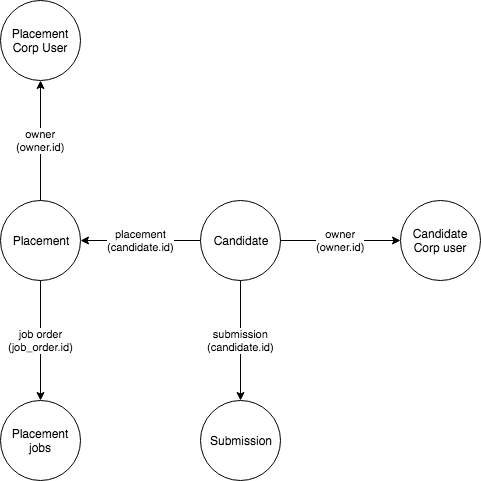
Above: bullhorn_neptune_data_mapping.png in devbatwada/draw.io (draw.io), before the change. Source tidied: cells renumbered, new cells last; positions are measured from the earlier drawing's top-left corner, leaving out a move shared by most shapes.
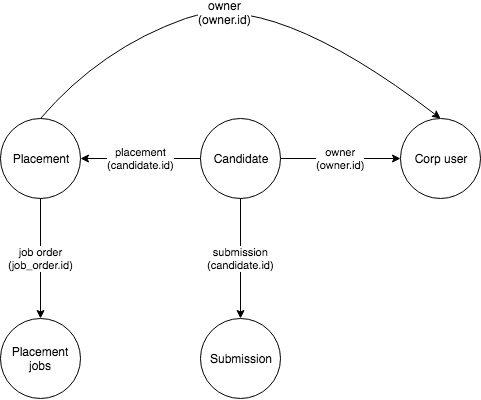
After the commit.

Commit message:
Update corp user maping

Diff of the diagram source:
```diff
@@ -14,12 +14,9 @@
     <mxCell id="5" value="Placement jobs" style="ellipse;whiteSpace=wrap;html=1;" parent="1" vertex="1">
       <mxGeometry y="400" width="80" height="80" as="geometry" />
     </mxCell>
-    <mxCell id="6" value="Candidate Corp user&lt;br&gt;" style="ellipse;whiteSpace=wrap;html=1;" parent="1" vertex="1">
+    <mxCell id="6" value="Corp user&lt;br&gt;" style="ellipse;whiteSpace=wrap;html=1;" parent="1" vertex="1">
       <mxGeometry x="400" y="200" width="80" height="80" as="geometry" />
     </mxCell>
-    <mxCell id="7" value="Placement Corp User" style="ellipse;whiteSpace=wrap;html=1;" parent="1" vertex="1">
-      <mxGeometry width="80" height="80" as="geometry" />
-    </mxCell>
     <mxCell id="8" value="submission&lt;br&gt;(candidate.id)&lt;br&gt;" style="endArrow=classic;html=1;exitX=0.5;exitY=1;entryX=0.5;entryY=0;" parent="1" edge="1" source="2" target="4">
       <mxGeometry relative="1" as="geometry" />
     </mxCell>
@@ -32,8 +29,16 @@
     <mxCell id="11" value="job order&lt;br&gt;(job_order.id)&lt;br&gt;" style="endArrow=classic;html=1;exitX=0.5;exitY=1;" parent="1" edge="1" source="3" target="5">
       <mxGeometry relative="1" as="geometry" />
     </mxCell>
+    <mxCell id="13" style="curved=1;endArrow=classic;html=1;exitX=0.5;exitY=0;entryX=0.5;entryY=0;" parent="1" edge="1" source="3" target="6">
+      <mxGeometry relative="1" as="geometry">
+        <Array as="points">
+          <mxPoint x="100" y="130" />
+          <mxPoint x="270" y="70" />
+        </Array>
+      </mxGeometry>
+    </mxCell>
-    <mxCell id="12" value="owner&lt;br&gt;(owner.id)&lt;br&gt;" style="endArrow=classic;html=1;exitX=0.5;exitY=0;entryX=0.5;entryY=1;" parent="1" edge="1" source="3" target="7">
-      <mxGeometry relative="1" as="geometry" />
+    <mxCell id="12" value="&lt;span&gt;owner&lt;/span&gt;&lt;br&gt;&lt;span&gt;(owner.id)&lt;/span&gt;" style="text;html=1;align=center;verticalAlign=middle;labelBackgroundColor=#ffffff;" parent="13" vertex="1">
+      <mxGeometry x="-0.09" y="-7" relative="1" as="geometry" />
     </mxCell>
   </root>
 </mxGraphModel>
```
